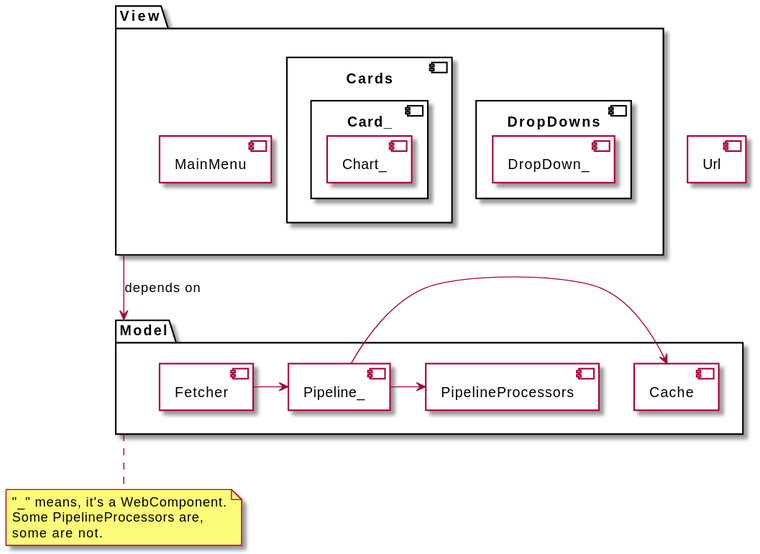
The PlantUML diagram docu/technical/components.svg in kaukana0/dashboard-migration, before a commit.
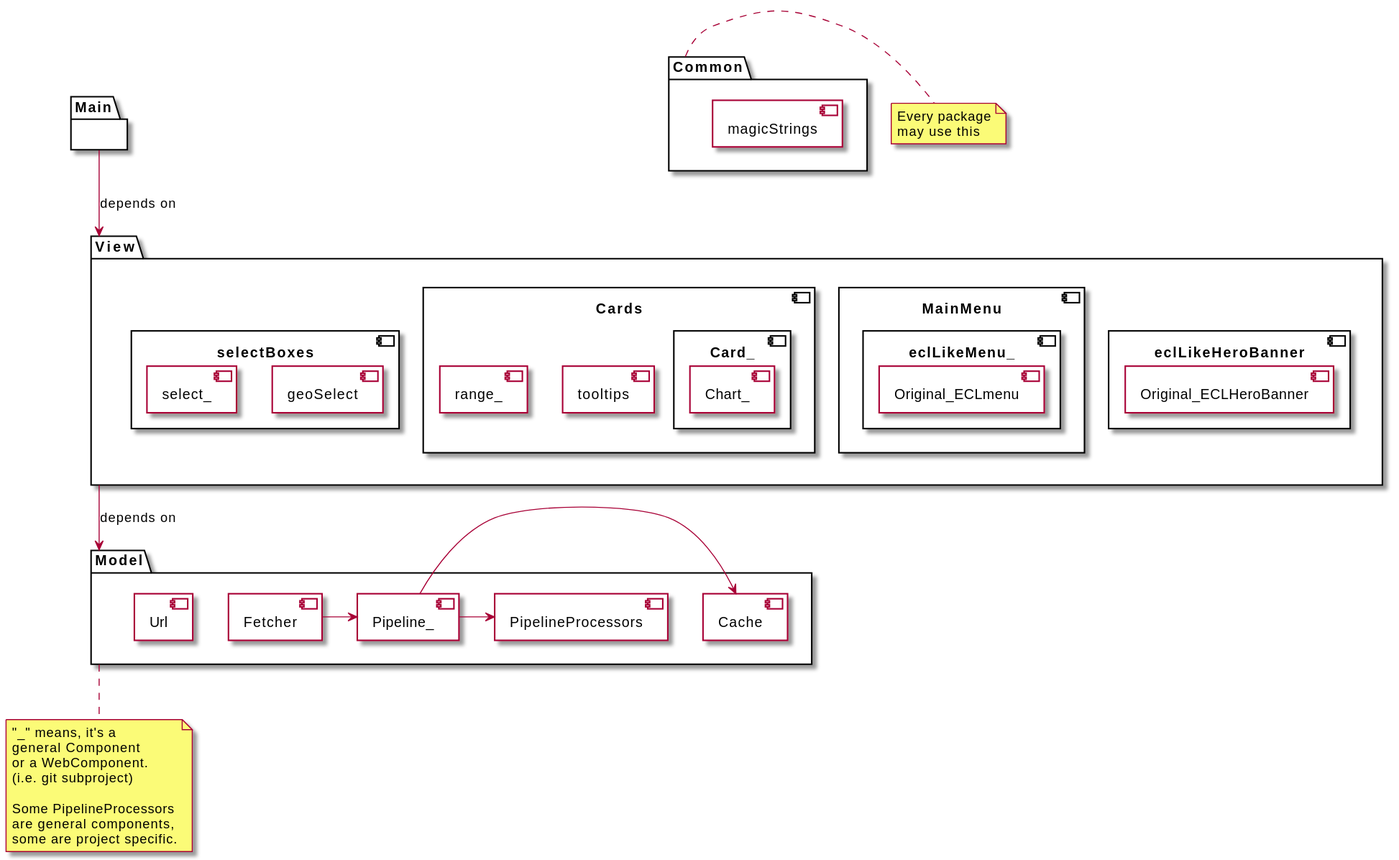
Later version of the same file.

What changed in the source:
```diff
@@ -1,13 +1,20 @@
 @startuml components
 
 
+package Main {
+}
+
 package View {
-  component DropDowns {
-    component DropDown_ {
-    }
+  component eclLikeHeroBanner {
+      component Original_ECLHeroBanner {
+      }
   }
 
   component MainMenu {
+    component eclLikeMenu_ {
+      component Original_ECLmenu {
+      }
+    }
   }
 
   component Cards {
@@ -15,7 +22,20 @@
       component Chart_ {
       }
     }
+    component tooltips {
+    }
+    component range_ {
+    }
   }
+
+
+  component selectBoxes {
+    component geoSelect {
+    }
+    component select_ {
+    }
+  }
+
 }
 
 package Model {
@@ -27,22 +47,39 @@
   }
   component Cache {
   }
+  component Url {
+  }
 }
 
-component Url {
+package Common {
+  component magicStrings {
+  }
 }
+
 
 Fetcher -> Pipeline_
 Pipeline_ -> Cache
 Pipeline_ -> PipelineProcessors
 
+Main --> View: depends on
 View --> Model: depends on
 
 
 note bottom of Model
-"_" means, it's a WebComponent.
-Some PipelineProcessors are,
-some are not.
+"_" means, it's a
+general Component
+or a WebComponent.
+(i.e. git subproject)
+
+Some PipelineProcessors
+are general components,
+some are project specific.
 end note
 
+note right of Common
+Every package
+may use this
+end note
+
+
 @enduml
```
